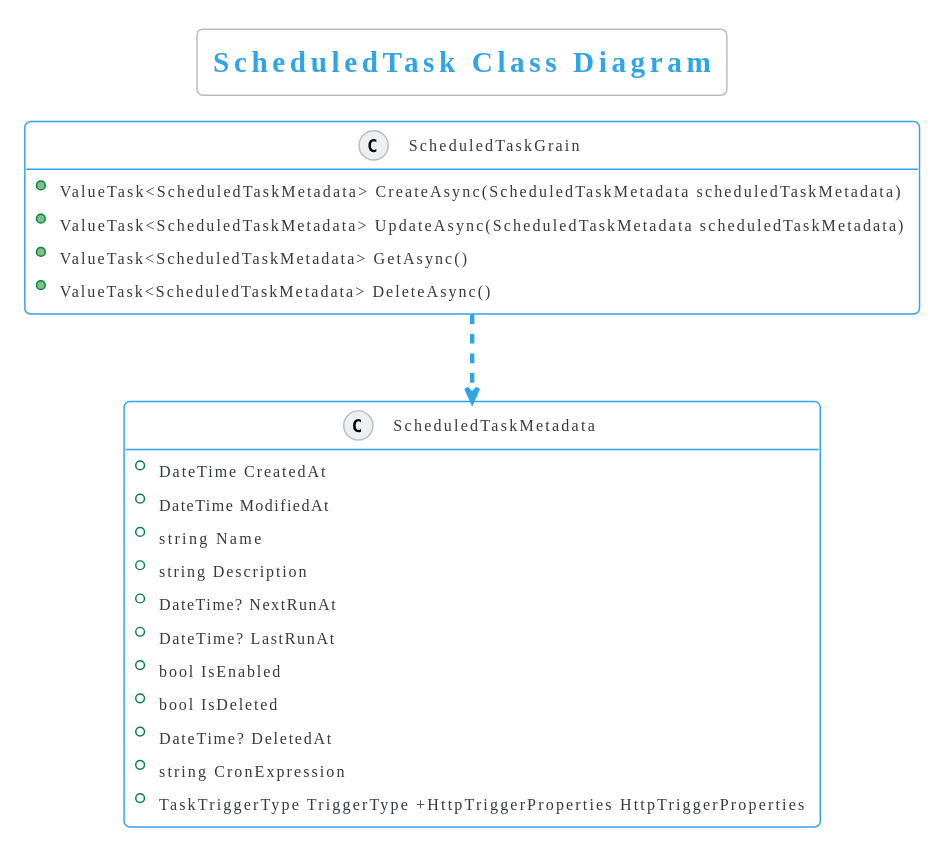
ElanHasson/throw.nullreference.io keeps this PlantUML diagram as content/posts/WebScheduler-Doing-The-Design/images/ScheduledTaskClassDiagram.svg. Above is the earlier version.
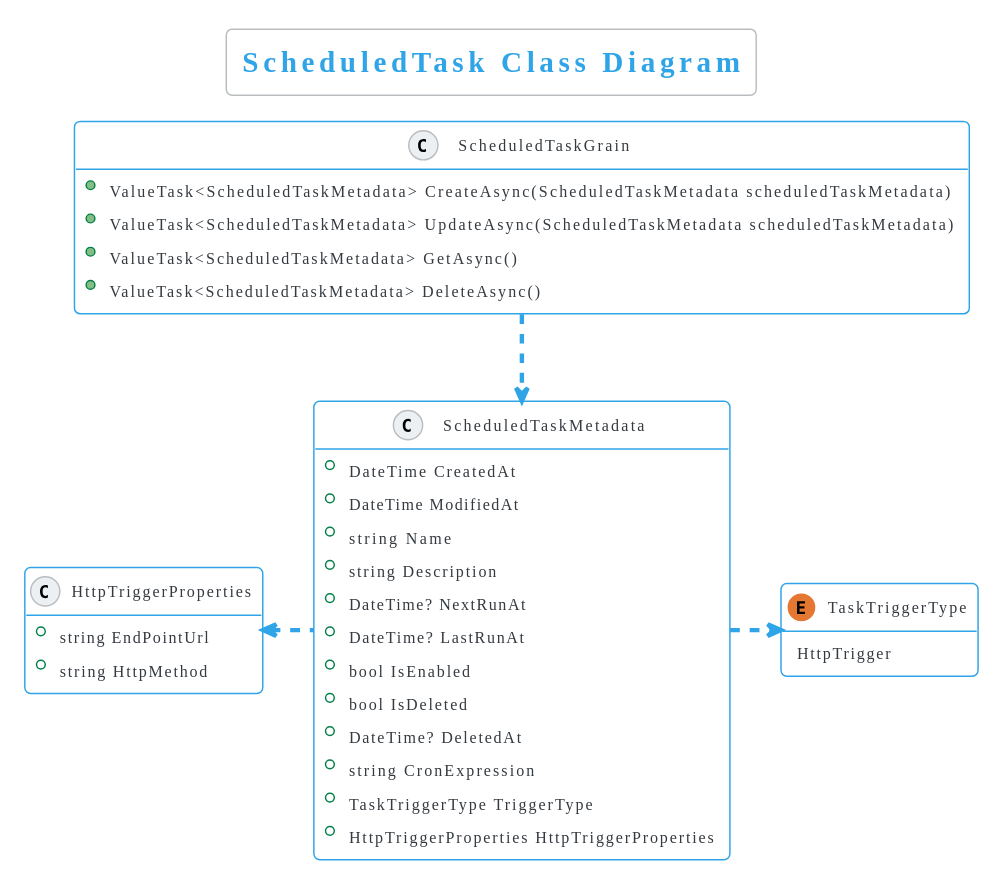
Later version of the same file.

The edit, as a diff of the source:
```diff
@@ -24,8 +24,24 @@
     +bool IsDeleted
     +DateTime? DeletedAt
     +string CronExpression
-    +TaskTriggerType TriggerType    +HttpTriggerProperties HttpTriggerProperties
+    +TaskTriggerType TriggerType
+    +HttpTriggerProperties HttpTriggerProperties
 }
 hide empty member
 ScheduledTaskGrain ..> ScheduledTaskMetadata
+
+enum TaskTriggerType [[https://github.com/web-scheduler/web-scheduler/blob/main/Source/WebScheduler.Abstractions/Grains/Scheduler/TaskTriggerType.cs{Goto Source}]]
+{
+    HttpTrigger
+}
+class HttpTriggerProperties [[https://github.com/web-scheduler/web-scheduler/blob/main/Source/WebScheduler.Abstractions/Grains/Scheduler/HttpTriggerProperties.cs{Goto Source}]]
+{
+    +string EndPointUrl
+    +string HttpMethod
+}
+
+ScheduledTaskMetadata .right.> TaskTriggerType
+ScheduledTaskMetadata .left.> HttpTriggerProperties
+
+
 @enduml
```
